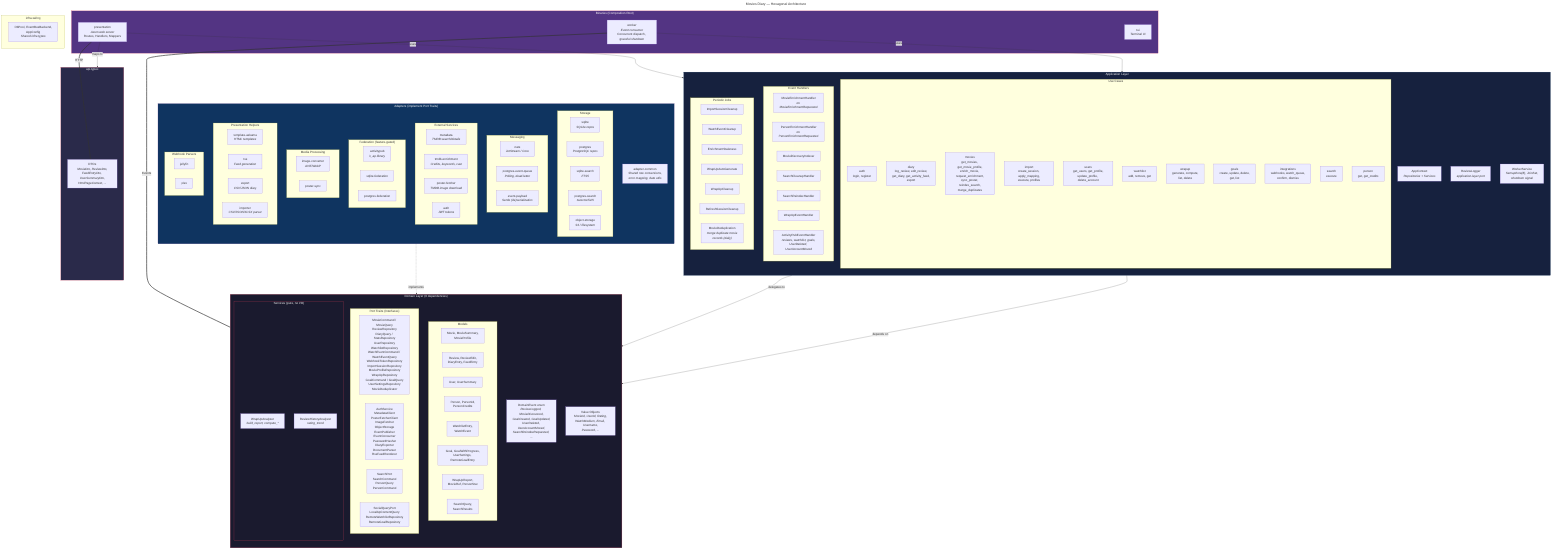
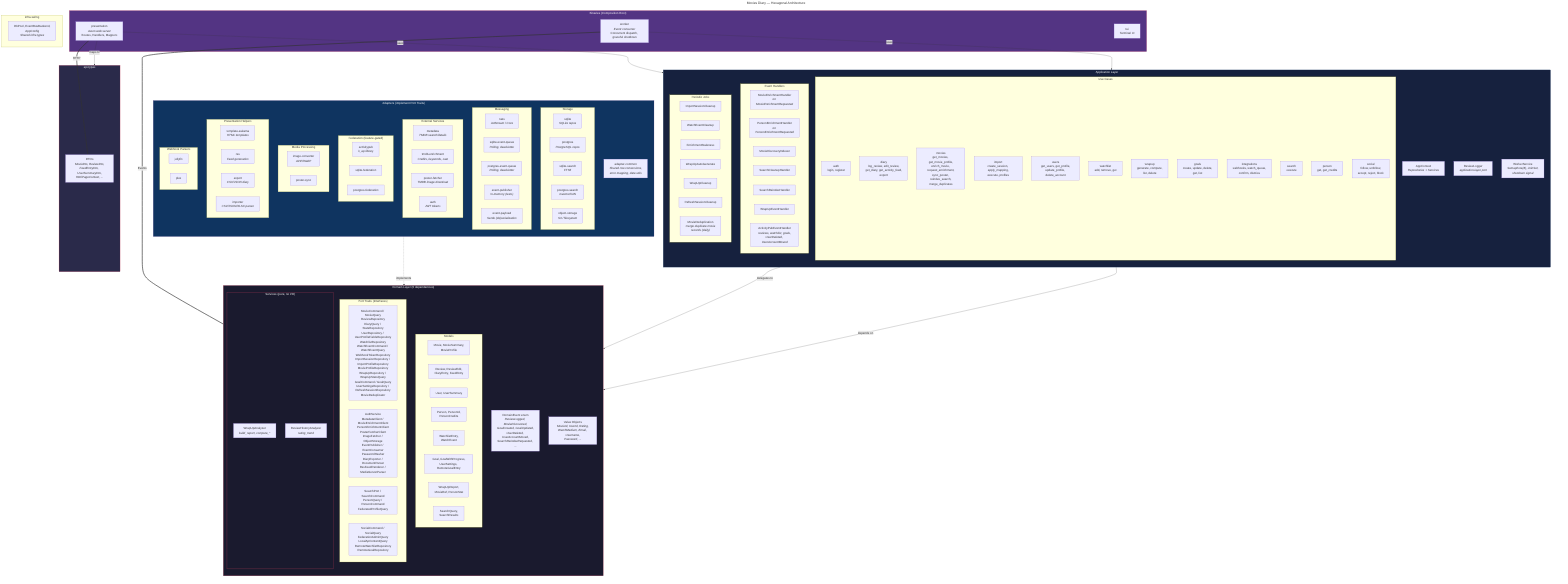
---
title: Movies Diary — Hexagonal Architecture
---
graph TB
    subgraph Binaries["Binaries (Composition Root)"]
        WEB["presentation<br/><i>Axum web server</i><br/>Routes, Handlers, Mappers"]
        WORKER["worker<br/><i>Event consumer</i><br/>Concurrent dispatch, graceful shutdown"]
        TUI["tui<br/><i>Terminal UI</i>"]
    end

    subgraph Application["Application Layer"]
        direction TB
        CTX["AppContext<br/><i>Repositories + Services</i>"]
        APP_PORTS["ReviewLogger<br/><i>application-layer port</i>"]
        subgraph UseCases["Use Cases"]
            UC_AUTH["auth<br/>login, register"]
            UC_DIARY["diary<br/>log_review, edit_review,<br/>get_diary, get_activity_feed,<br/>export"]
            UC_MOVIES["movies<br/>get_movies, get_movie_profile,<br/>enrich_movie, request_enrichment,<br/>sync_poster, reindex_search,<br/>merge_duplicates"]
            UC_IMPORT["import<br/>create_session, apply_mapping,<br/>execute, profiles"]
            UC_USERS["users<br/>get_users, get_profile,<br/>update_profile, delete_account"]
            UC_WATCHLIST["watchlist<br/>add, remove, get"]
            UC_WRAPUP["wrapup<br/>generate, compute,<br/>list, delete"]
            UC_GOALS["goals<br/>create, update, delete,<br/>get, list"]
            UC_INTEGRATIONS["integrations<br/>webhooks, watch_queue,<br/>confirm, dismiss"]
            UC_SEARCH["search<br/>execute"]
            UC_PERSON["person<br/>get, get_credits"]
+             UC_SOCIAL["social<br/>follow, unfollow,<br/>accept, reject, block"]
        end
        subgraph EventHandlers["Event Handlers"]
            EH_MOVIE["MovieEnrichmentHandler<br/><i>on MovieEnrichmentRequested</i>"]
            EH_PERSON["PersonEnrichmentHandler<br/><i>on PersonEnrichmentRequested</i>"]
            EH_DISCOVER["MovieDiscoveryIndexer"]
            EH_CLEANUP["SearchCleanupHandler"]
            EH_REINDEX["SearchReindexHandler"]
            EH_WRAPUP["WrapUpEventHandler"]
            EH_AP["ActivityPubEventHandler<br/><i>reviews, watchlist, goals,<br/>UserDeleted, UserAccountMoved</i>"]
        end
        subgraph Jobs["Periodic Jobs"]
            JOB_IMPORT["ImportSessionCleanup"]
            JOB_WATCH["WatchEventCleanup"]
            JOB_STALE["EnrichmentStaleness"]
            JOB_WRAPGEN["WrapUpAutoGenerate"]
            JOB_WRAPCLEAN["WrapUpCleanup"]
            JOB_SESSION["RefreshSessionCleanup"]
            JOB_DEDUP["MovieDeduplication<br/><i>merge duplicate movie<br/>records (daily)</i>"]
        end
        WORKER_SVC["WorkerService<br/><i>Semaphore(8), JoinSet,<br/>shutdown signal</i>"]
    end

    subgraph Domain["Domain Layer (0 dependencies)"]
        direction TB
        subgraph Models["Models"]
            M_MOVIE["Movie, MovieSummary,<br/>MovieProfile"]
            M_REVIEW["Review, ReviewEdit,<br/>DiaryEntry, FeedEntry"]
            M_USER["User, UserSummary"]
            M_PERSON["Person, PersonId,<br/>PersonCredits"]
            M_WATCHLIST["WatchlistEntry,<br/>WatchEvent"]
            M_GOAL["Goal, GoalWithProgress,<br/>UserSettings, RemoteGoalEntry"]
            M_WRAPUP["WrapUpReport,<br/>MovieRef, PersonStat"]
            M_SEARCH["SearchQuery,<br/>SearchResults"]
        end
        subgraph Ports["Port Traits (Interfaces)"]
-             P_REPOS["MovieCommand / MovieQuery<br/>ReviewRepository<br/>DiaryQuery / StatsRepository<br/>UserRepository<br/>WatchlistRepository<br/>WatchEventCommand / WatchEventQuery<br/>WebhookTokenRepository<br/>ImportSessionRepository<br/>MovieProfileRepository<br/>WrapUpRepository<br/>GoalCommand / GoalQuery<br/>UserSettingsRepository<br/>MovieDeduplicator"]
-             P_SERVICES["AuthService<br/>MetadataClient<br/>PosterFetcherClient<br/>ImageFetcher<br/>ObjectStorage<br/>EventPublisher<br/>EventConsumer<br/>PasswordHasher<br/>DiaryExporter<br/>DocumentParser<br/>RssFeedRenderer"]
-             P_SEARCH["SearchPort<br/>SearchCommand<br/>PersonQuery<br/>PersonCommand"]
-             P_FEDERATION["SocialQueryPort<br/>LocalApContentQuery<br/>RemoteWatchlistRepository<br/>RemoteGoalRepository"]
+             P_REPOS["MovieCommand / MovieQuery<br/>ReviewRepository<br/>DiaryQuery / StatsRepository<br/>UserRepository / UserProfileFieldsRepository<br/>WatchlistRepository<br/>WatchEventCommand / WatchEventQuery<br/>WebhookTokenRepository<br/>ImportSessionRepository / ImportProfileRepository<br/>MovieProfileRepository<br/>WrapUpRepository / WrapUpStatsQuery<br/>GoalCommand / GoalQuery<br/>UserSettingsRepository / RefreshSessionRepository<br/>MovieDeduplicator"]
+             P_SERVICES["AuthService<br/>MetadataClient / MovieEnrichmentClient<br/>PersonEnrichmentClient<br/>PosterFetcherClient<br/>ImageFetcher / ObjectStorage<br/>EventPublisher / EventConsumer<br/>PasswordHasher<br/>DiaryExporter / DocumentParser<br/>RssFeedRenderer / MediaServerParser"]
+             P_SEARCH["SearchPort / SearchCommand<br/>PersonQuery / PersonCommand<br/>FederatedProfileQuery"]
+             P_FEDERATION["SocialCommand / SocialQuery<br/>FederationAdminQuery<br/>LocalApContentQuery<br/>RemoteWatchlistRepository<br/>RemoteGoalRepository"]
        end
        subgraph DomainServices["Services (pure, no I/O)"]
            DS_WRAPUP["WrapUpAnalyzer<br/><i>build_report, compute_*</i>"]
            DS_REVIEW["ReviewHistoryAnalyzer<br/><i>rating_trend</i>"]
        end
        EVENTS["DomainEvent enum<br/><i>ReviewLogged, MovieDiscovered,<br/>GoalCreated, GoalUpdated,<br/>UserDeleted, UserAccountMoved,<br/>SearchReindexRequested, ...</i>"]
        VO["Value Objects<br/><i>MovieId, UserId, Rating,<br/>WatchMedium, Email, Username,<br/>Password, ...</i>"]
    end

    subgraph ApiTypes["api-types"]
        DTO["DTOs<br/><i>MovieDto, ReviewDto,<br/>FeedEntryDto, UserSummaryDto,<br/>HtmlPageContext, ...</i>"]
    end

    subgraph InfraWiring["infra-wiring"]
        IW["DbPool, EventBusBackend,<br/>AppConfig<br/><i>Shared infra types</i>"]
    end

    subgraph Adapters["Adapters (implement Port Traits)"]
        direction TB
        A_COMMON["adapter-common<br/><i>Shared row conversions,<br/>error mapping, date utils</i>"]
        subgraph Storage["Storage"]
            A_SQLITE["sqlite<br/><i>SQLite repos</i>"]
            A_PG["postgres<br/><i>PostgreSQL repos</i>"]
            A_SQLITE_SEARCH["sqlite-search<br/><i>FTS5</i>"]
            A_PG_SEARCH["postgres-search<br/><i>tsvector/GIN</i>"]
            A_OBJ["object-storage<br/><i>S3 / filesystem</i>"]
        end
        subgraph Messaging["Messaging"]
            A_NATS["nats<br/><i>JetStream / Core</i>"]
+             A_SQLITE_QUEUE["sqlite-event-queue<br/><i>Polling, dead-letter</i>"]
            A_PG_QUEUE["postgres-event-queue<br/><i>Polling, dead-letter</i>"]
+             A_EVT_PUB["event-publisher<br/><i>In-memory (tests)</i>"]
            A_PAYLOAD["event-payload<br/><i>Serde (de)serialization</i>"]
        end
        subgraph External["External Services"]
            A_METADATA["metadata<br/><i>TMDB search/details</i>"]
            A_TMDB["tmdb-enrichment<br/><i>Credits, keywords, cast</i>"]
            A_POSTER["poster-fetcher<br/><i>TMDB image download</i>"]
            A_AUTH["auth<br/><i>JWT tokens</i>"]
        end
        subgraph Federation["Federation (feature-gated)"]
            A_AP["activitypub<br/><i>k_ap library</i>"]
            A_SQLITE_FED["sqlite-federation"]
            A_PG_FED["postgres-federation"]
        end
        subgraph Media["Media Processing"]
            A_IMG["image-converter<br/><i>AVIF/WebP</i>"]
            A_POSTER_SYNC["poster-sync"]
        end
        subgraph Presentation["Presentation Helpers"]
            A_TEMPLATE["template-askama<br/><i>HTML templates</i>"]
            A_RSS["rss<br/><i>Feed generation</i>"]
            A_EXPORT["export<br/><i>CSV/JSON diary</i>"]
            A_IMPORT["importer<br/><i>CSV/JSON/XLSX parser</i>"]
        end
        subgraph Webhooks["Webhook Parsers"]
            A_JELLYFIN["jellyfin"]
            A_PLEX["plex"]
        end
    end

    %% Dependency arrows
    WEB -->|"uses"| Application
    WEB -->|"maps to"| ApiTypes
    WORKER -->|"uses"| Application

    Application -->|"depends on"| Domain
    UC_WRAPUP -->|"delegates to"| DS_WRAPUP

    Adapters -.->|"implements"| Ports

    %% Key data flows
    WEB ===|"HTTP"| DTO
    WORKER ===|"Events"| EVENTS

    classDef domain fill:#1a1a2e,stroke:#e94560,color:#fff
    classDef app fill:#16213e,stroke:#0f3460,color:#fff
    classDef adapter fill:#0f3460,stroke:#533483,color:#fff
    classDef binary fill:#533483,stroke:#e94560,color:#fff
    classDef api fill:#2a2a4a,stroke:#e94560,color:#fff

    class Domain domain
    class DomainServices domain
    class Application app
    class Adapters adapter
    class Binaries binary
    class ApiTypes api
